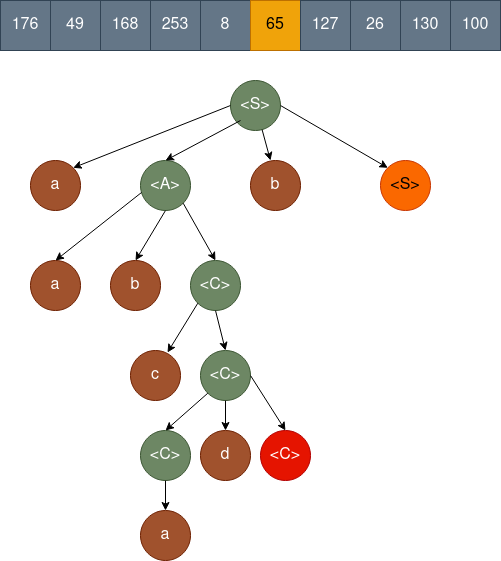
Earlier version of the draw.io export paper/images/parsing_tree_06.png (klukas17/bachelor-thesis). Source tidied: cells renumbered, new cells last; positions are measured from the earlier drawing's top-left corner, leaving out a move shared by most shapes.
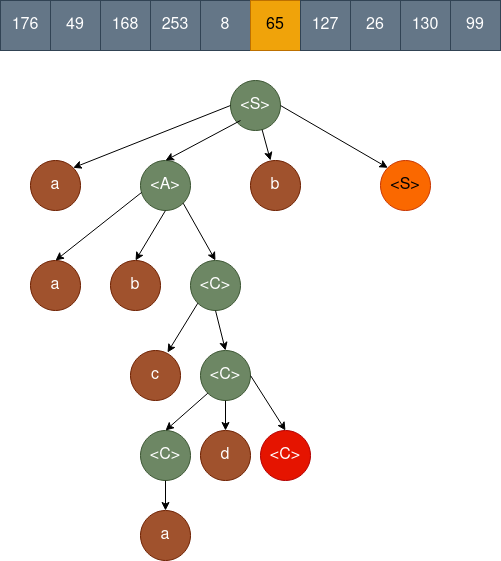
Above is the later version.

Diff of the diagram source:
```diff
@@ -32,7 +32,7 @@
     <mxCell id="11" value="&lt;font style=&quot;font-size: 16px;&quot;&gt;130&lt;/font&gt;" style="rounded=0;whiteSpace=wrap;html=1;fillColor=#647687;fontColor=#ffffff;strokeColor=#314354;" parent="1" vertex="1">
       <mxGeometry x="400" width="50" height="50" as="geometry" />
     </mxCell>
-    <mxCell id="12" value="&lt;font style=&quot;font-size: 16px;&quot;&gt;100&lt;/font&gt;" style="rounded=0;whiteSpace=wrap;html=1;fillColor=#647687;strokeColor=#314354;fontColor=#ffffff;" parent="1" vertex="1">
+    <mxCell id="12" value="99" style="rounded=0;whiteSpace=wrap;html=1;fillColor=#647687;strokeColor=#314354;fontColor=#ffffff;fontSize=16;" parent="1" vertex="1">
       <mxGeometry x="450" width="50" height="50" as="geometry" />
     </mxCell>
     <mxCell id="13" value="&amp;lt;S&amp;gt;" style="ellipse;whiteSpace=wrap;html=1;fontSize=16;fillColor=#fa6800;fontColor=#000000;strokeColor=#C73500;" parent="1" vertex="1">
```
